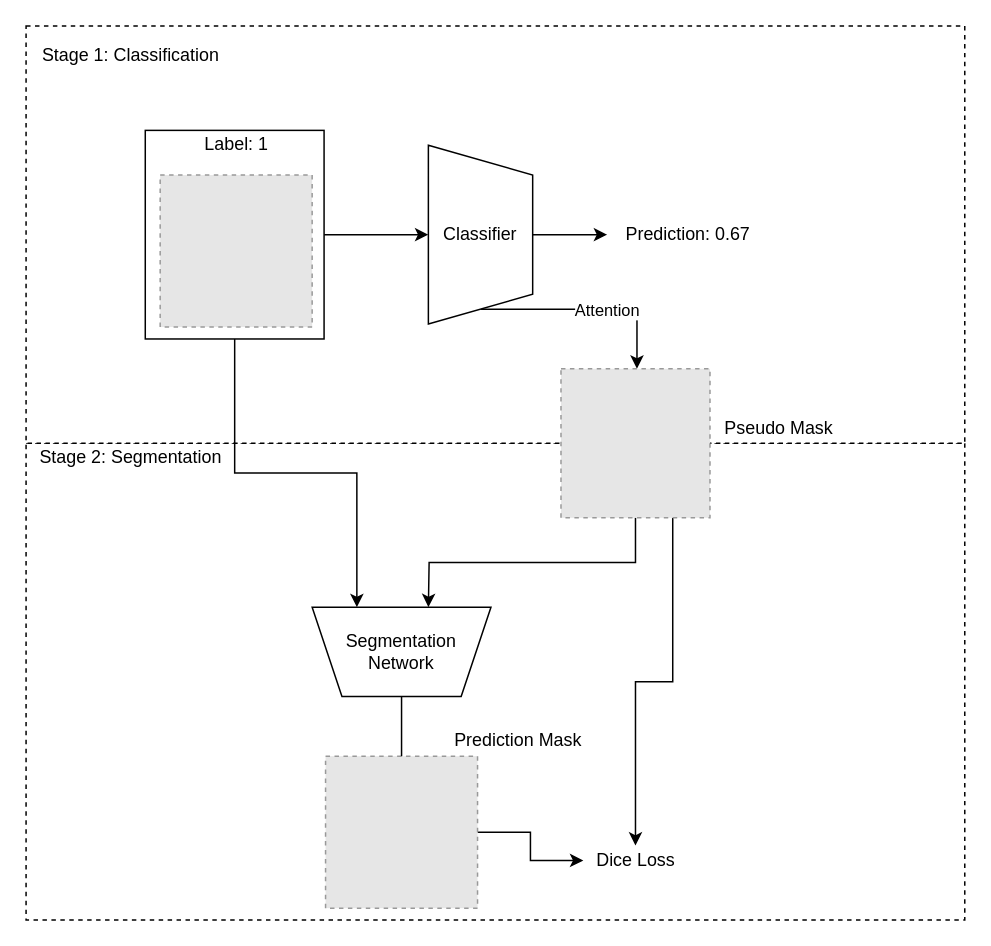
This is Untitled Diagram.drawio from starrywintersky/starrywintersky.github.io, a draw.io file, before an edit. Source tidied: cells renumbered, new cells numbered last; positions are measured from the earlier drawing's top-left corner, leaving out a move shared by most shapes. Both pictures are drawn from the tidied source at 149%, with x=0, y=0 at pixel (25, 25). Pictures stored in the file or linked from it are replaced by grey dashed boxes.
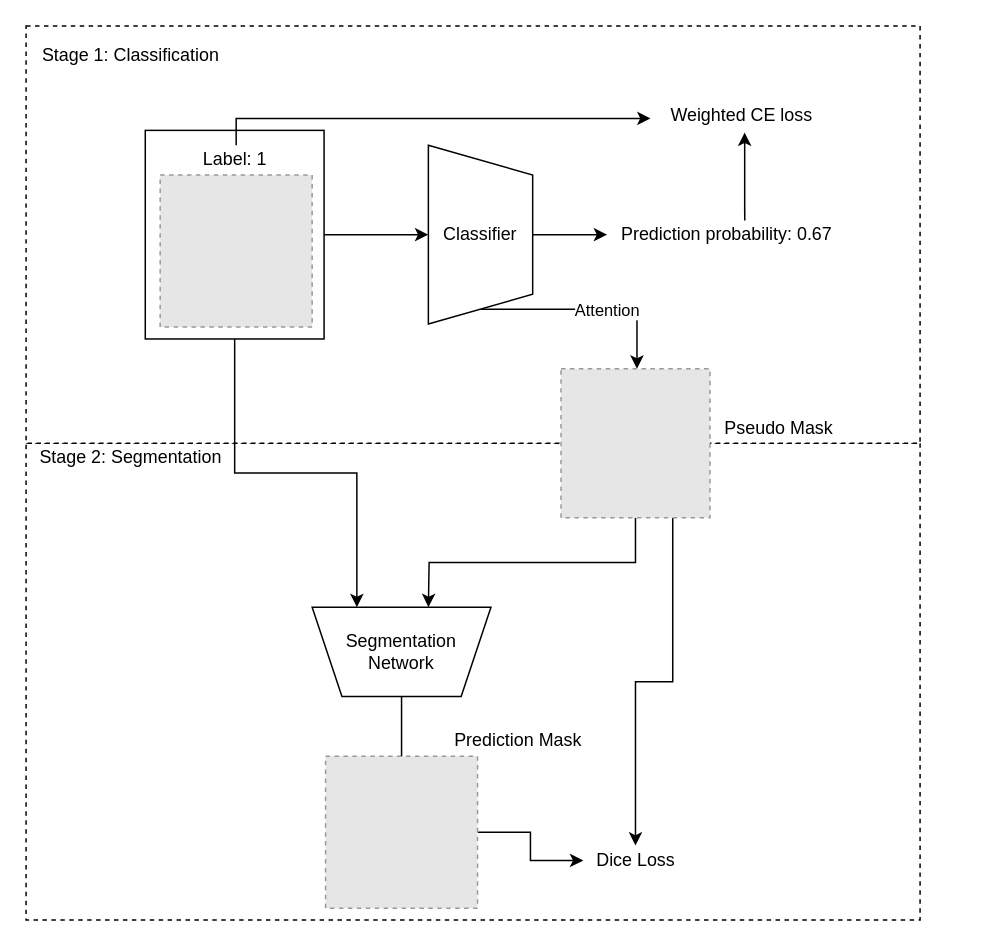
The same diagram, later.

What changed in the source:
```diff
@@
     <mxCell id="2" style="rounded=0;whiteSpace=wrap;html=1;dashed=1;" parent="1" vertex="1">
-      <mxGeometry y="280" width="630" height="320" as="geometry" />
+      <mxGeometry y="280" width="600" height="320" as="geometry" />
     </mxCell>
     <mxCell id="3" style="rounded=0;whiteSpace=wrap;html=1;dashed=1;" parent="1" vertex="1">
-      <mxGeometry width="630" height="280" as="geometry" />
+      <mxGeometry width="600" height="280" as="geometry" />
     </mxCell>
@@
+    <mxCell id="26" style="edgeStyle=orthogonalEdgeStyle;rounded=0;jettySize=auto;html=1;entryX=-0.007;entryY=0.6;entryDx=0;entryDy=0;entryPerimeter=0;" parent="1" edge="1" source="7" target="28">
+      <mxGeometry relative="1" as="geometry">
+        <Array as="points">
+          <mxPoint x="141" y="62" />
+        </Array>
+      </mxGeometry>
+    </mxCell>
     <mxCell id="7" value="Label: 1" style="text;html=1;align=center;verticalAlign=middle;points=[];strokeColor=none;" parent="1" vertex="1">
-      <mxGeometry x="111" y="70" width="60" height="20" as="geometry" />
+      <mxGeometry x="110" y="80" width="60" height="20" as="geometry" />
     </mxCell>
@@
+    <mxCell id="27" style="edgeStyle=orthogonalEdgeStyle;rounded=0;jettySize=auto;html=1;entryX=0.519;entryY=1.074;entryDx=0;entryDy=0;entryPerimeter=0;exitX=0.577;exitY=0.021;exitDx=0;exitDy=0;exitPerimeter=0;" parent="1" edge="1" source="17" target="28">
+      <mxGeometry relative="1" as="geometry" />
+    </mxCell>
-    <mxCell id="17" value="Prediction: 0.67" style="text;html=1;align=center;verticalAlign=middle;points=[];strokeColor=none;" parent="1" vertex="1">
-      <mxGeometry x="394" y="130" width="100" height="20" as="geometry" />
+    <mxCell id="17" value="Prediction probability: 0.67" style="text;html=1;align=center;verticalAlign=middle;points=[];strokeColor=none;" parent="1" vertex="1">
+      <mxGeometry x="390" y="130" width="160" height="20" as="geometry" />
     </mxCell>
@@
+    <mxCell id="28" value="Weighted CE loss" style="text;html=1;align=center;verticalAlign=middle;points=[];strokeColor=none;" parent="1" vertex="1">
+      <mxGeometry x="420" y="50" width="120" height="20" as="geometry" />
+    </mxCell>
```
